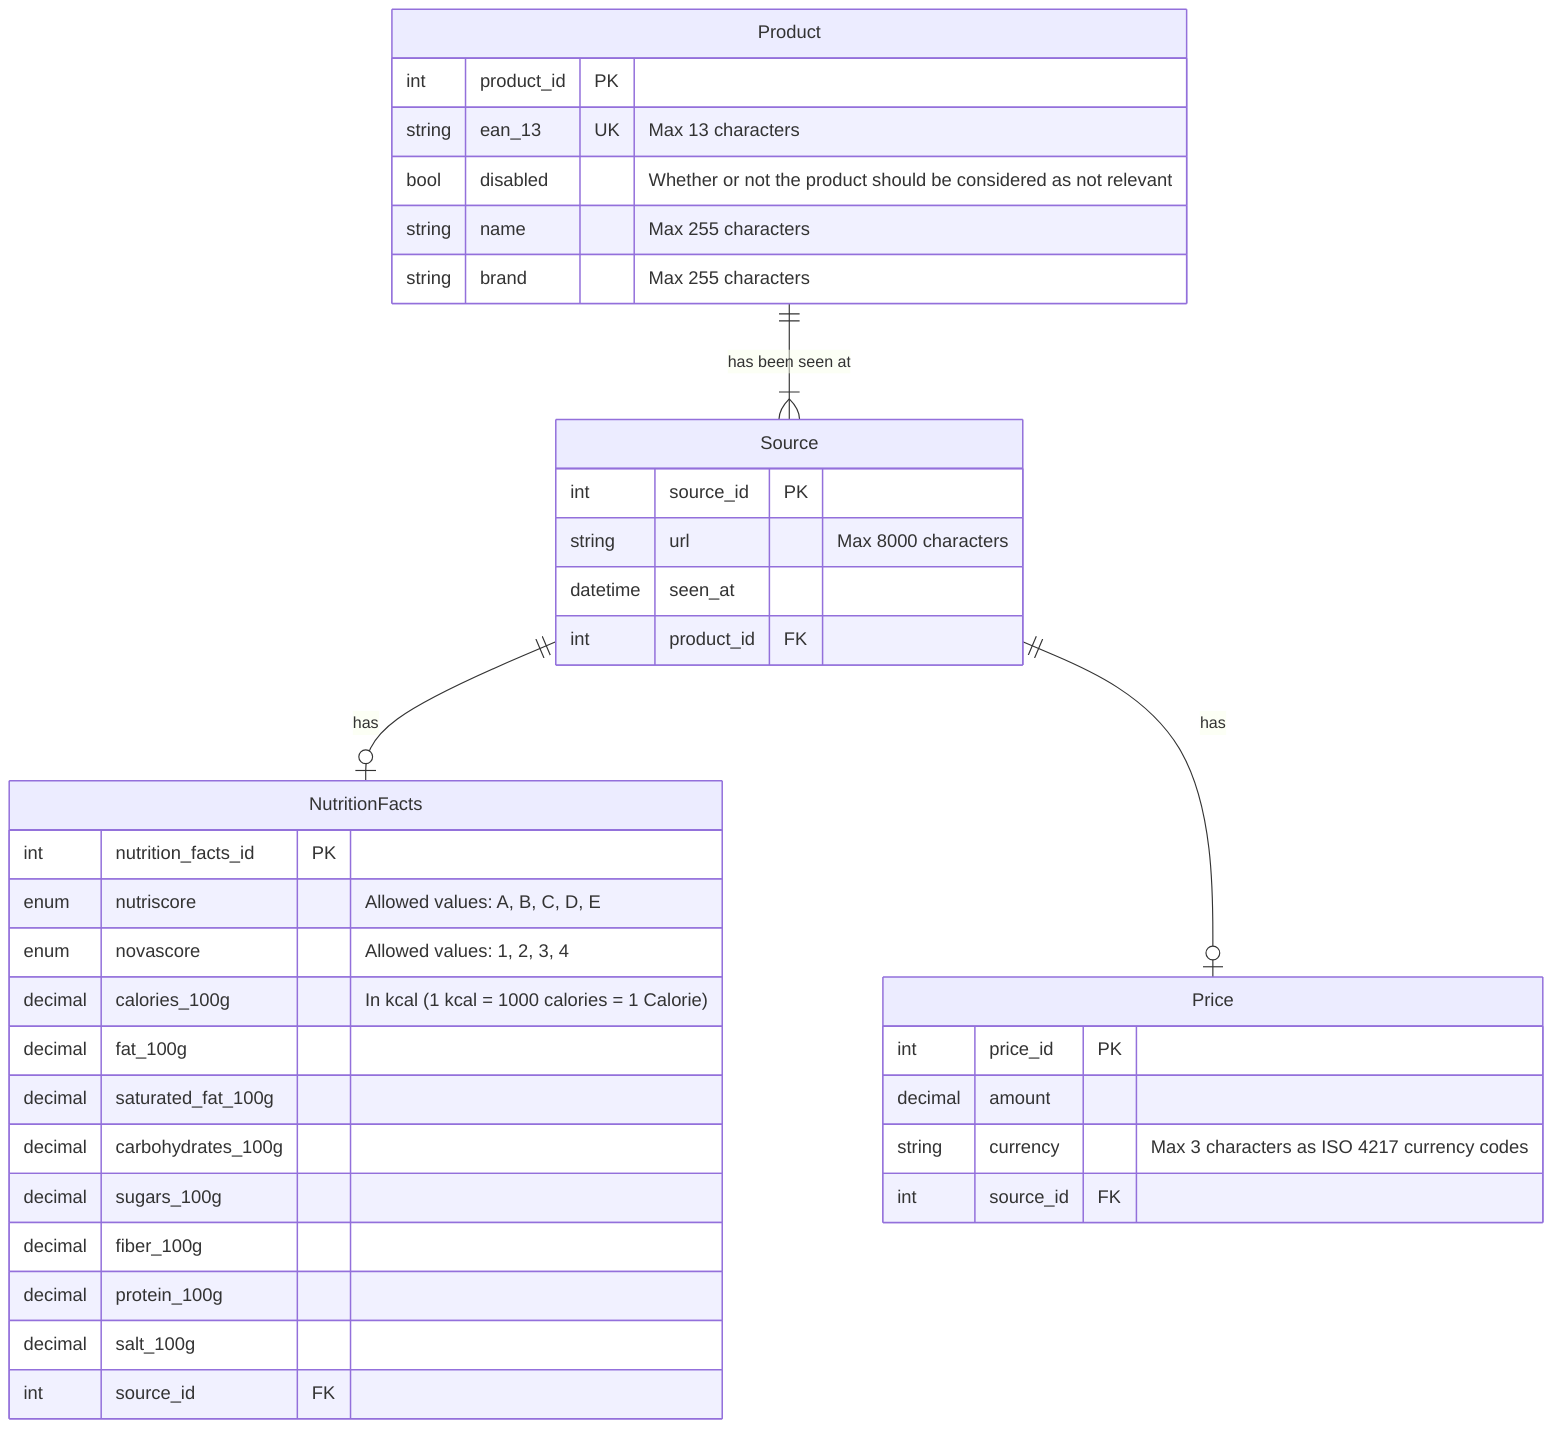
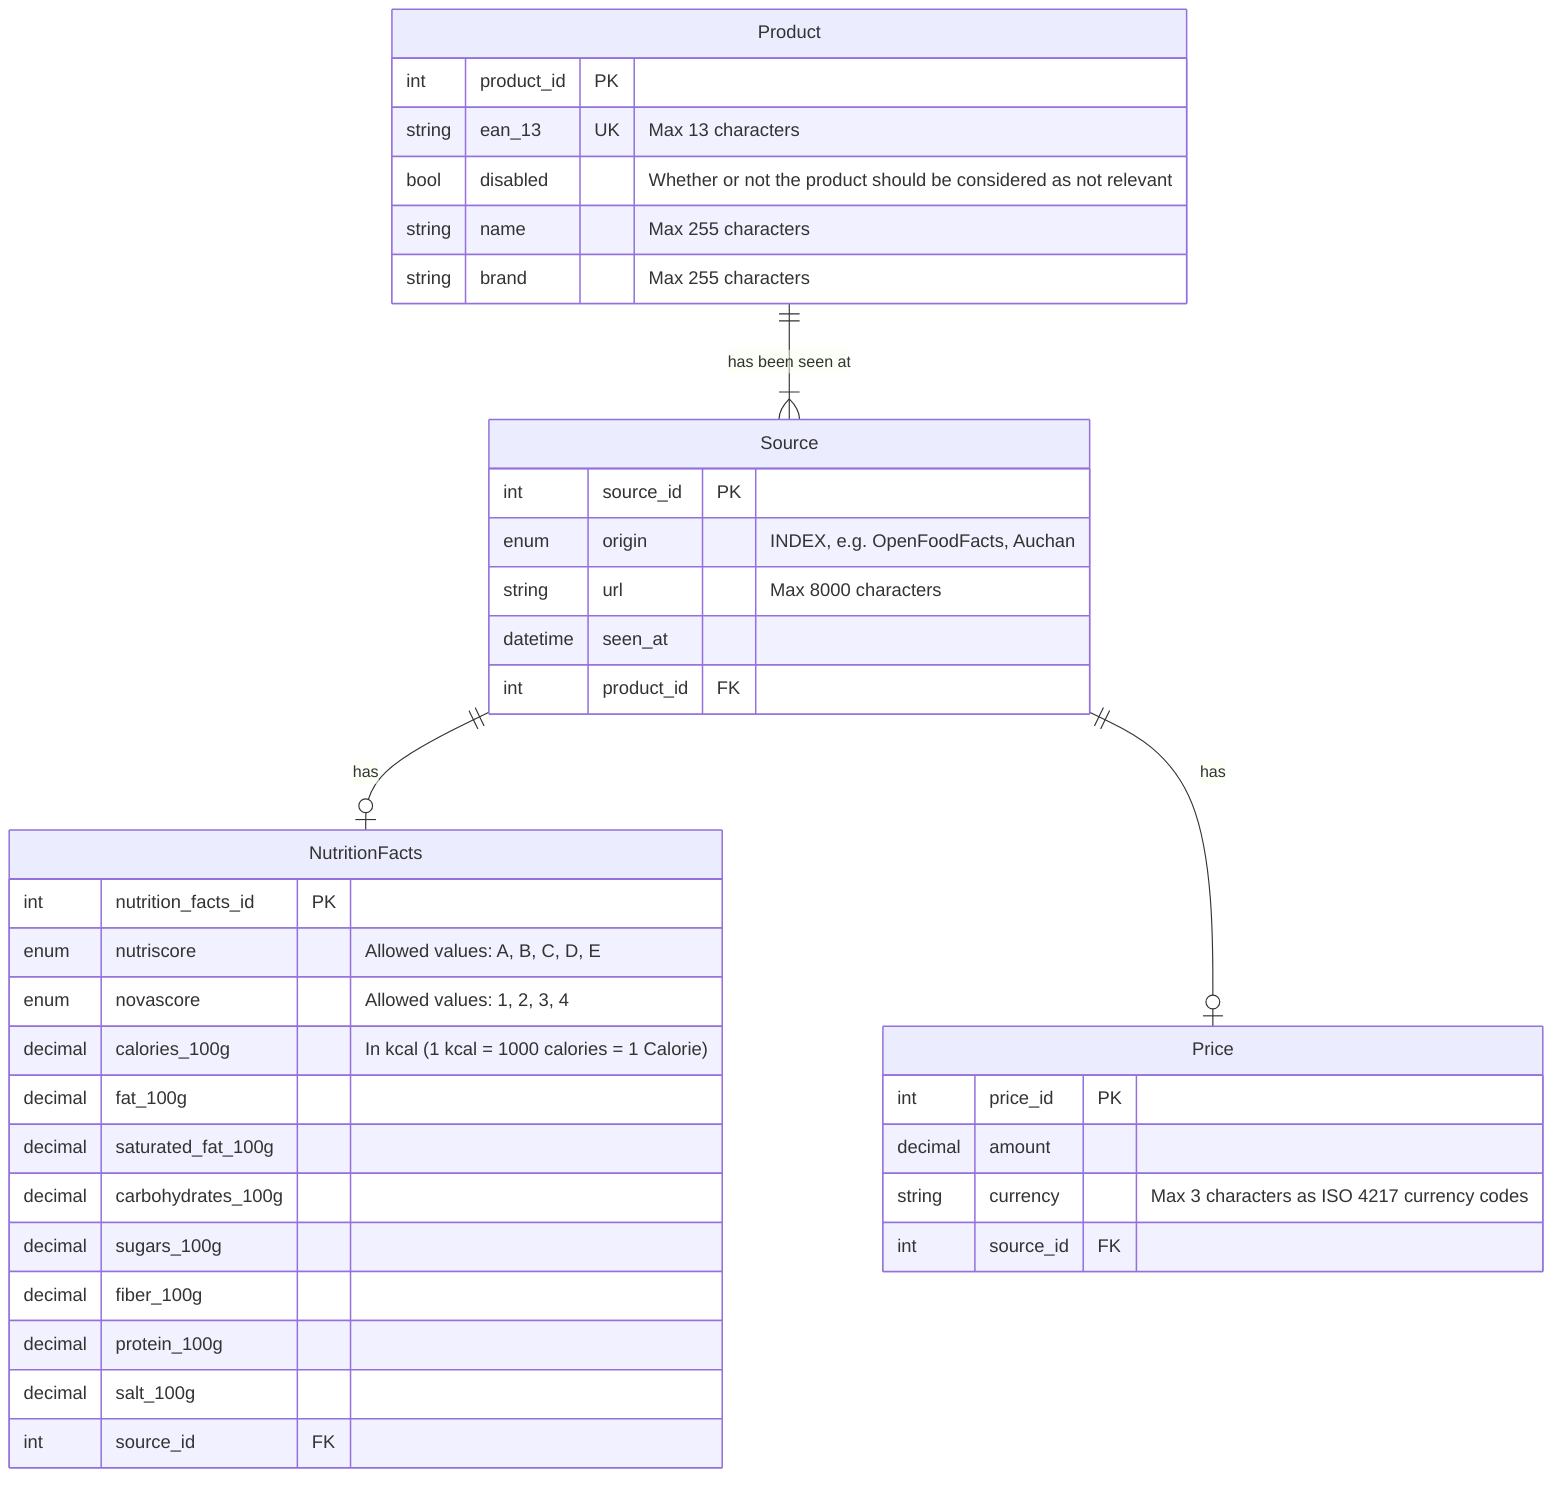
erDiagram
    Product {
        int product_id PK

        string ean_13 UK "Max 13 characters"
        bool disabled "Whether or not the product should be considered as not relevant"

        string name "Max 255 characters"
        string brand "Max 255 characters"
    }

    Source {
        int source_id PK

+         enum origin "INDEX, e.g. OpenFoodFacts, Auchan"
        string url "Max 8000 characters"
        datetime seen_at

        int product_id FK
    }

    NutritionFacts {
        int nutrition_facts_id PK

        enum nutriscore "Allowed values: A, B, C, D, E"
        enum novascore "Allowed values: 1, 2, 3, 4"

        decimal calories_100g "In kcal (1 kcal = 1000 calories = 1 Calorie)"

        decimal fat_100g
        decimal saturated_fat_100g
        decimal carbohydrates_100g
        decimal sugars_100g
        decimal fiber_100g
        decimal protein_100g
        decimal salt_100g

        int source_id FK
    }

    Price {
        int price_id PK

        decimal amount
        string currency "Max 3 characters as ISO 4217 currency codes"

        int source_id FK
    }

    Product 1--1+ Source : "has been seen at"

    Source 1--one or zero NutritionFacts : "has"
    Source 1--one or zero Price : "has"
